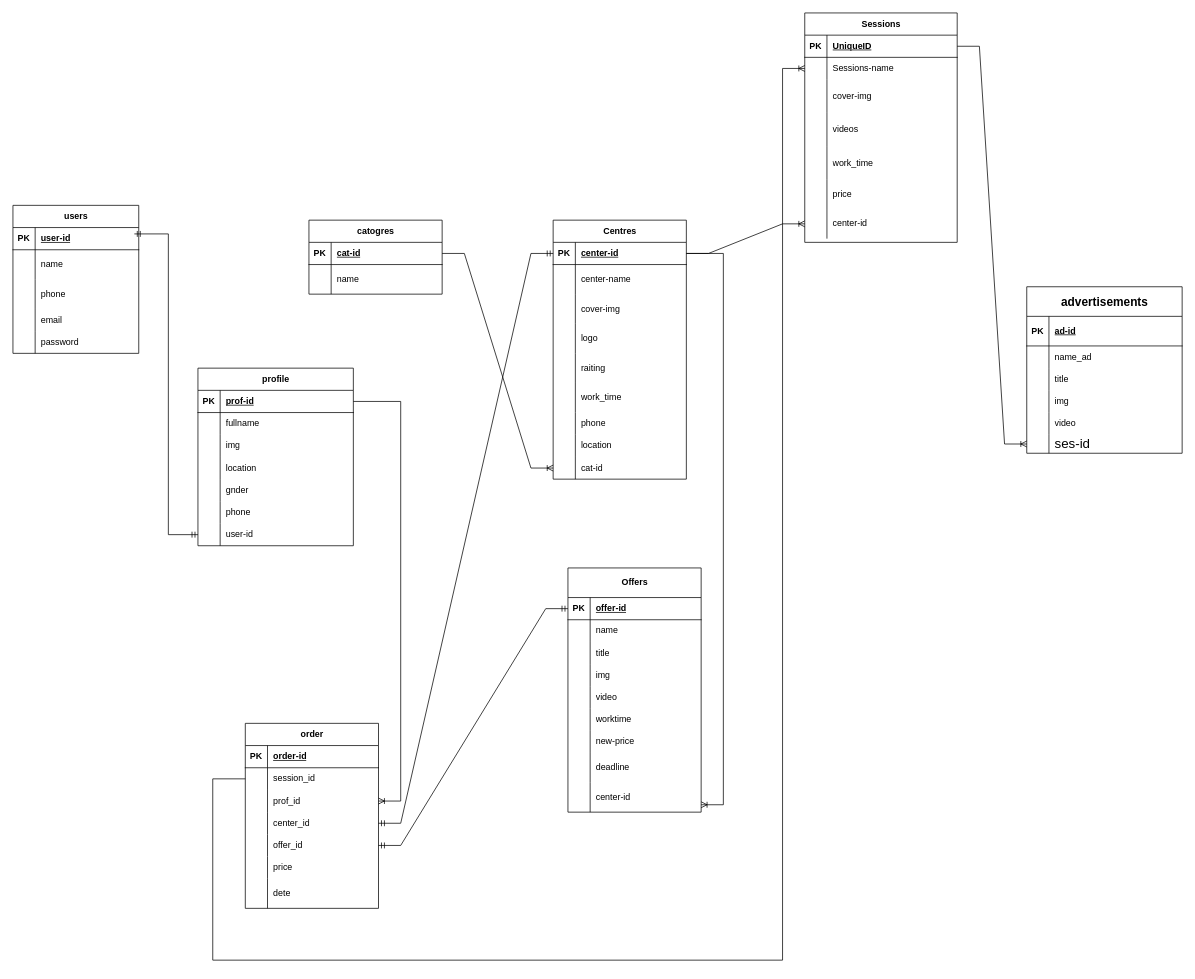
Above: backend.drawio in SAFAWI0/My-Center (draw.io), before the change. Source tidied: cells renumbered, new cells numbered last; positions are measured from the earlier drawing's top-left corner, leaving out a move shared by most shapes. Both pictures are drawn from the tidied source at 74%, with x=0, y=0 at pixel (13, 13).
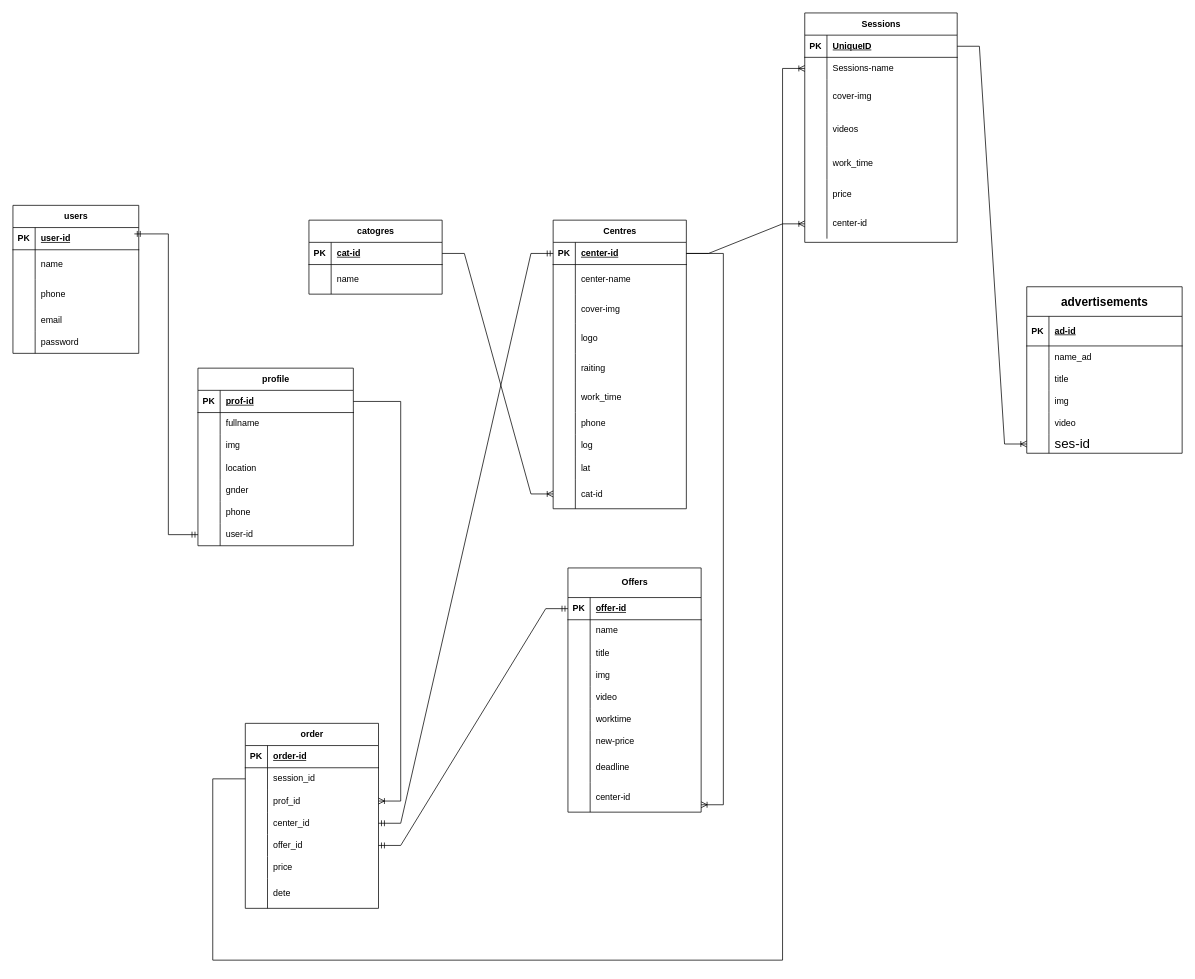
Above is the later version.

The change refers to these unchanged cells:
```xml
<mxCell id="69" style="shape=tableRow;horizontal=0;startSize=0;swimlaneHead=0;swimlaneBody=0;fillColor=none;top=0;left=0;right=0;bottom=0;" parent="47" vertex="1">
  <mxGeometry y="290" width="180" height="30" as="geometry" />
</mxCell>
```

What changed in the source:
```diff
@@
     <mxCell id="47" value="Centres" style="shape=table;startSize=30;childLayout=tableLayout;rowLines=0;fontStyle=1;align=center;html=1;" parent="1" vertex="1">
-      <mxGeometry x="730" y="280" width="180" height="350" as="geometry" />
+      <mxGeometry x="730" y="280" width="180" height="390" as="geometry" />
     </mxCell>
@@
-    <mxCell id="71" value="location" style="shape=partialRectangle;fillColor=none;top=0;left=0;bottom=0;right=0;align=left;spacingLeft=6;overflow=hidden;whiteSpace=wrap;html=1;" parent="69" vertex="1">
+    <mxCell id="71" value="log" style="shape=partialRectangle;fillColor=none;top=0;left=0;bottom=0;right=0;align=left;spacingLeft=6;overflow=hidden;whiteSpace=wrap;html=1;" parent="69" vertex="1">
       <mxGeometry x="30" width="150" height="30" as="geometry" />
     </mxCell>
+    <mxCell id="175" style="shape=tableRow;horizontal=0;startSize=0;swimlaneHead=0;swimlaneBody=0;fillColor=none;top=0;left=0;right=0;bottom=0;" parent="47" vertex="1">
+      <mxGeometry y="320" width="180" height="30" as="geometry" />
+    </mxCell>
+    <mxCell id="176" style="shape=partialRectangle;fillColor=none;top=0;left=0;bottom=0;right=0;overflow=hidden;whiteSpace=wrap;html=1;" parent="175" vertex="1">
+      <mxGeometry width="30" height="30" as="geometry" />
+    </mxCell>
+    <mxCell id="177" value="lat" style="shape=partialRectangle;fillColor=none;top=0;left=0;bottom=0;right=0;align=left;spacingLeft=6;overflow=hidden;whiteSpace=wrap;html=1;" parent="175" vertex="1">
+      <mxGeometry x="30" width="150" height="30" as="geometry" />
+    </mxCell>
     <mxCell id="72" style="shape=tableRow;horizontal=0;startSize=0;swimlaneHead=0;swimlaneBody=0;fillColor=none;points=[[0,0.5],[1,0.5]];portConstraint=eastwest;top=0;left=0;right=0;bottom=0;" parent="47" vertex="1">
-      <mxGeometry y="320" width="180" height="30" as="geometry" />
+      <mxGeometry y="350" width="180" height="40" as="geometry" />
     </mxCell>
     <mxCell id="73" style="shape=partialRectangle;fillColor=none;top=0;left=0;bottom=0;right=0;overflow=hidden;whiteSpace=wrap;html=1;" parent="72" vertex="1">
-      <mxGeometry width="30" height="30" as="geometry" />
+      <mxGeometry width="30" height="40" as="geometry" />
     </mxCell>
     <mxCell id="74" value="cat-id" style="shape=partialRectangle;fillColor=none;top=0;left=0;bottom=0;right=0;align=left;spacingLeft=6;overflow=hidden;whiteSpace=wrap;html=1;" parent="72" vertex="1">
-      <mxGeometry x="30" width="150" height="30" as="geometry" />
+      <mxGeometry x="30" width="150" height="40" as="geometry" />
     </mxCell>
```
